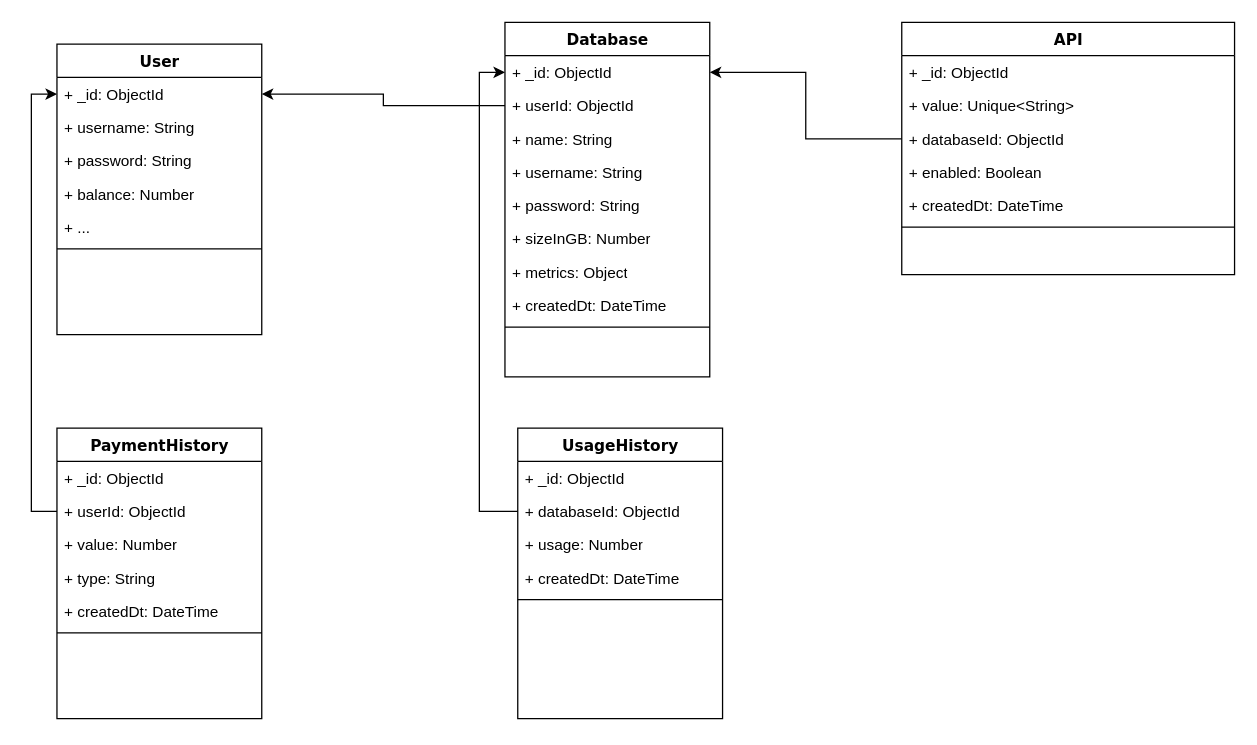
This is Atlast.drawio from ThinhVu/atlast-be, a draw.io file, before an edit. Source tidied: cells renumbered, new cells numbered last; positions are measured from the earlier drawing's top-left corner, leaving out a move shared by most shapes. Both pictures are drawn from the tidied source at 128%, with x=0, y=0 at pixel (56, 22).
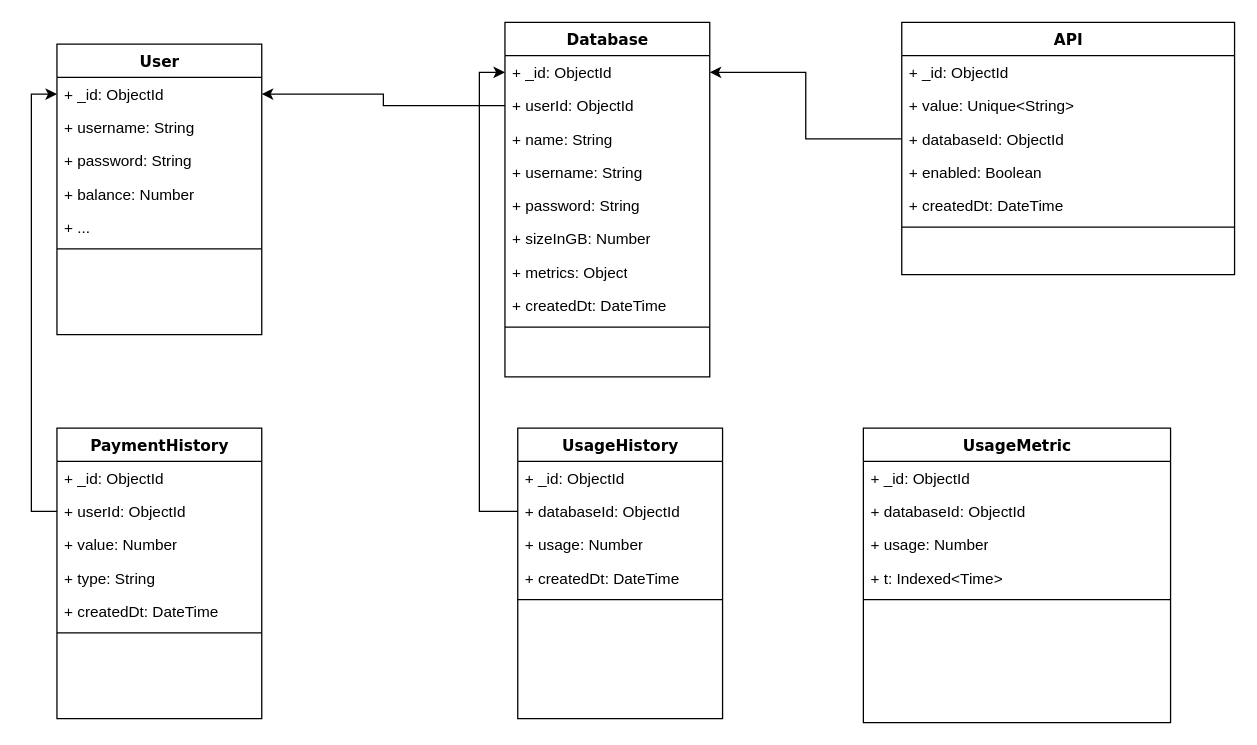
The same page after the edit.

Change to the diagram source:
```diff
@@
+    <mxCell id="43" value="UsageMetric" style="swimlane;html=1;fontStyle=1;align=center;verticalAlign=top;horizontal=1;startSize=26;swimlaneFillColor=#ffffff;rounded=0;shadow=0;comic=0;labelBackgroundColor=none;strokeWidth=1;fillColor=none;fontFamily=Verdana;fontSize=12;" parent="1" vertex="1">
+      <mxGeometry x="630" y="317" width="240" height="230" as="geometry" />
+    </mxCell>
+    <mxCell id="44" value="+ _id: ObjectId" style="text;html=1;strokeColor=none;fillColor=none;align=left;verticalAlign=top;spacingLeft=4;spacingRight=4;whiteSpace=wrap;overflow=hidden;" parent="43" vertex="1">
+      <mxGeometry y="26" width="240" height="26" as="geometry" />
+    </mxCell>
+    <mxCell id="45" value="+ databaseId: ObjectId" style="text;html=1;strokeColor=none;fillColor=none;align=left;verticalAlign=top;spacingLeft=4;spacingRight=4;whiteSpace=wrap;overflow=hidden;" parent="43" vertex="1">
+      <mxGeometry y="52" width="240" height="26" as="geometry" />
+    </mxCell>
+    <mxCell id="46" value="+ usage: Number" style="text;html=1;strokeColor=none;fillColor=none;align=left;verticalAlign=top;spacingLeft=4;spacingRight=4;whiteSpace=wrap;overflow=hidden;" parent="43" vertex="1">
+      <mxGeometry y="78" width="240" height="26" as="geometry" />
+    </mxCell>
+    <mxCell id="47" value="+ t: Indexed&amp;lt;Time&amp;gt;" style="text;html=1;strokeColor=none;fillColor=none;align=left;verticalAlign=top;spacingLeft=4;spacingRight=4;whiteSpace=wrap;overflow=hidden;" parent="43" vertex="1">
+      <mxGeometry y="104" width="240" height="26" as="geometry" />
+    </mxCell>
+    <mxCell id="48" style="line;html=1;strokeWidth=1;fillColor=none;align=left;verticalAlign=middle;spacingTop=-1;spacingLeft=3;spacingRight=3;labelPosition=right;" parent="43" vertex="1">
+      <mxGeometry y="130" width="240" height="8" as="geometry" />
+    </mxCell>
```
